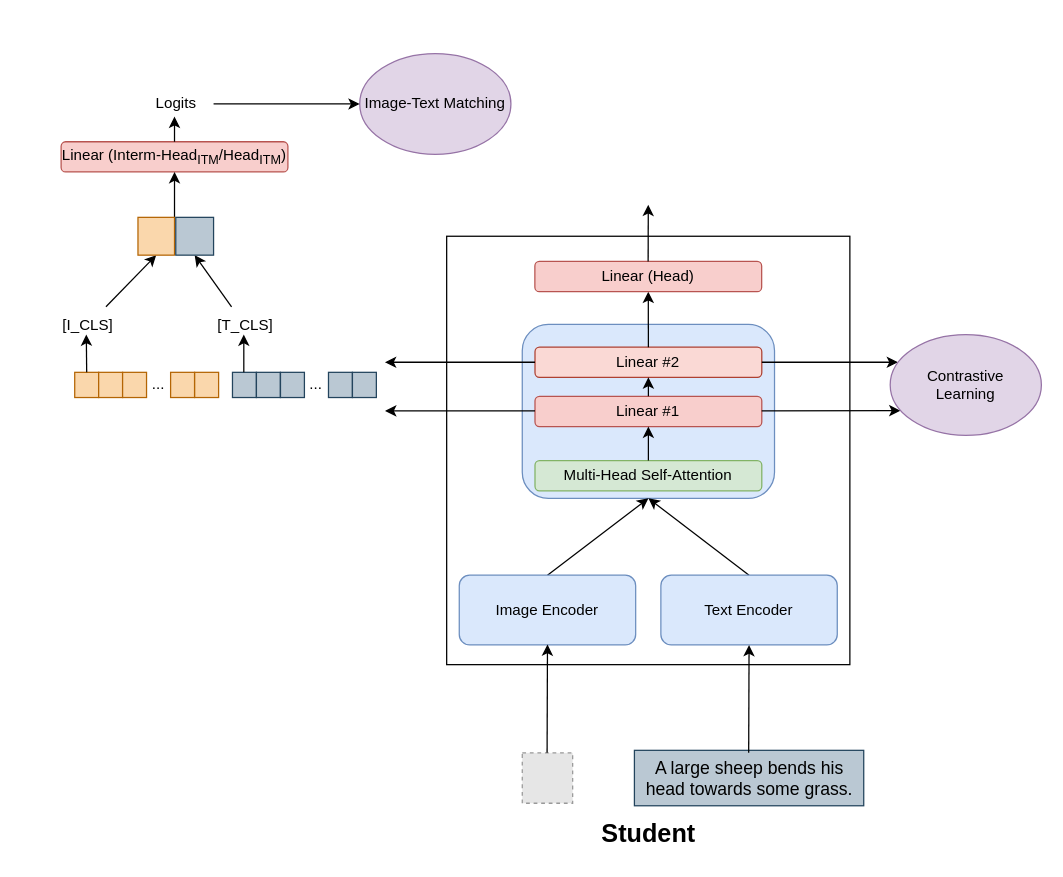
This is docs/thesis/figures/Sx3HRe_ITM.drawio from TimCares/MasterThesis, a draw.io file, before an edit. Source tidied: cells renumbered, new cells numbered last; positions are measured from the earlier drawing's top-left corner, leaving out a move shared by most shapes. Both pictures are drawn from the tidied source at 126%, with x=0, y=0 at pixel (49, 53). Pictures stored in the file or linked from it are replaced by grey dashed boxes.
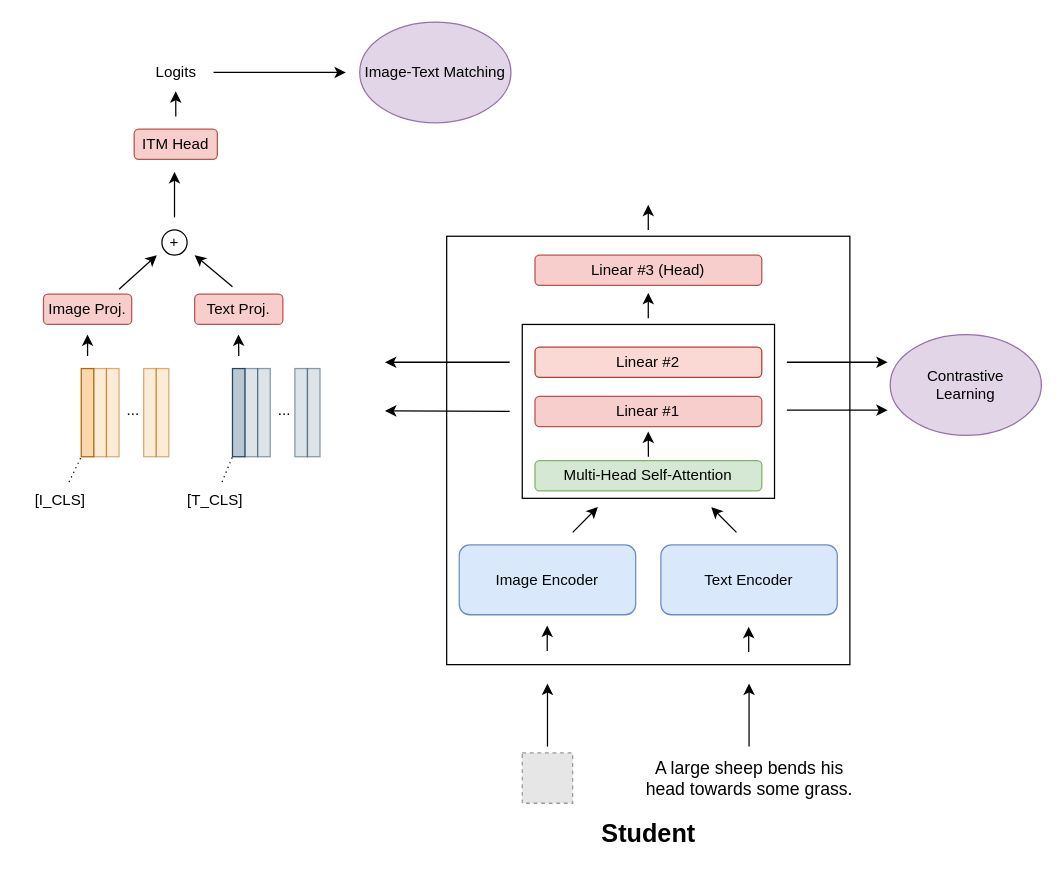
After the change.

The change refers to these unchanged cells:
```xml
<mxCell id="2" style="rounded=0;whiteSpace=wrap;html=1;" parent="1" vertex="1">
  <mxGeometry x="315" y="145" width="320" height="340" as="geometry" />
</mxCell>
<mxCell id="4" value="Multi-Head Self-Attention" style="rounded=1;whiteSpace=wrap;html=1;fillColor=#d5e8d4;strokeColor=#82b366;" parent="1" vertex="1">
  <mxGeometry x="385.1" y="323" width="180" height="24" as="geometry" />
</mxCell>
<mxCell id="5" value="Linear #1" style="rounded=1;whiteSpace=wrap;html=1;fillColor=#f8cecc;strokeColor=#b85450;" parent="1" vertex="1">
  <mxGeometry x="385.1" y="272" width="180" height="24" as="geometry" />
</mxCell>
<mxCell id="6" value="Linear #2" style="rounded=1;whiteSpace=wrap;html=1;fillColor=#fad9d5;strokeColor=#ae4132;strokeWidth=1;fillStyle=auto;" parent="1" vertex="1">
  <mxGeometry x="385.1" y="233" width="180" height="24" as="geometry" />
</mxCell>
<mxCell id="16" value="Contrastive&lt;div&gt;Learning&lt;/div&gt;" style="ellipse;whiteSpace=wrap;html=1;fillColor=#e1d5e7;strokeColor=#9673a6;" parent="1" vertex="1">
  <mxGeometry x="667" y="223" width="120" height="80" as="geometry" />
</mxCell>
```

Change to the diagram source:
```diff
@@
-    <mxCell id="3" style="rounded=1;whiteSpace=wrap;html=1;fillColor=#dae8fc;strokeColor=#6c8ebf;" parent="1" vertex="1">
+    <mxCell id="3" style="rounded=0;whiteSpace=wrap;html=1;fillColor=none;strokeColor=#000000;" parent="1" vertex="1">
       <mxGeometry x="375" y="215" width="200.2" height="138" as="geometry" />
     </mxCell>
@@
-    <mxCell id="7" style="endArrow=classic;html=1;rounded=0;entryX=0.5;entryY=1;entryDx=0;entryDy=0;exitX=0.5;exitY=0;exitDx=0;exitDy=0;" parent="1" edge="1" source="9" target="3">
-      <mxGeometry relative="1" as="geometry" />
+    <mxCell id="7" style="endArrow=classic;html=1;rounded=0;entryX=0.375;entryY=0.632;entryDx=0;entryDy=0;entryPerimeter=0;" parent="1" edge="1" target="2">
+      <mxGeometry relative="1" as="geometry">
+        <mxPoint x="415" y="380" as="sourcePoint" />
+      </mxGeometry>
     </mxCell>
-    <mxCell id="8" style="endArrow=classic;html=1;rounded=0;entryX=0.5;entryY=1;entryDx=0;entryDy=0;exitX=0.5;exitY=0;exitDx=0;exitDy=0;" parent="1" edge="1" source="10" target="3">
-      <mxGeometry relative="1" as="geometry" />
-    </mxCell>
     <mxCell id="9" value="Image Encoder" style="rounded=1;whiteSpace=wrap;html=1;fillColor=#dae8fc;strokeColor=#6c8ebf;" parent="1" vertex="1">
-      <mxGeometry x="325" y="414" width="140" height="55.4" as="geometry" />
+      <mxGeometry x="325" y="390" width="140" height="55.4" as="geometry" />
     </mxCell>
     <mxCell id="10" value="Text Encoder" style="rounded=1;whiteSpace=wrap;html=1;fillColor=#dae8fc;strokeColor=#6c8ebf;" parent="1" vertex="1">
-      <mxGeometry x="485" y="414" width="140" height="55.4" as="geometry" />
+      <mxGeometry x="485" y="390" width="140" height="55.4" as="geometry" />
     </mxCell>
-    <mxCell id="11" style="endArrow=classic;html=1;rounded=0;entryX=0.5;entryY=1;entryDx=0;entryDy=0;exitX=0.5;exitY=0;exitDx=0;exitDy=0;" parent="1" edge="1" source="5" target="6">
-      <mxGeometry relative="1" as="geometry" />
-    </mxCell>
-    <mxCell id="12" style="endArrow=classic;html=1;rounded=0;entryX=0.5;entryY=1;entryDx=0;entryDy=0;exitX=0.5;exitY=0;exitDx=0;exitDy=0;" parent="1" edge="1" source="4" target="5">
-      <mxGeometry relative="1" as="geometry" />
+    <mxCell id="12" style="endArrow=classic;html=1;rounded=0;exitX=0.5;exitY=0.761;exitDx=0;exitDy=0;exitPerimeter=0;" parent="1" edge="1" source="3">
+      <mxGeometry relative="1" as="geometry">
+        <mxPoint x="475" y="300" as="targetPoint" />
+      </mxGeometry>
     </mxCell>
-    <mxCell id="13" style="endArrow=classic;html=1;rounded=0;exitX=0.5;exitY=0;exitDx=0;exitDy=0;entryX=0.5;entryY=1;entryDx=0;entryDy=0;" parent="1" edge="1" source="6" target="40">
-      <mxGeometry relative="1" as="geometry" />
+    <mxCell id="13" style="endArrow=classic;html=1;rounded=0;" parent="1" edge="1">
+      <mxGeometry relative="1" as="geometry">
+        <mxPoint x="475" y="210" as="sourcePoint" />
+        <mxPoint x="475" y="190" as="targetPoint" />
+      </mxGeometry>
     </mxCell>
-    <mxCell id="14" style="endArrow=classic;html=1;rounded=0;exitX=1;exitY=0.5;exitDx=0;exitDy=0;entryX=0.052;entryY=0.275;entryDx=0;entryDy=0;entryPerimeter=0;" parent="1" edge="1" source="6" target="16">
-      <mxGeometry relative="1" as="geometry" />
+    <mxCell id="14" style="endArrow=classic;html=1;rounded=0;" parent="1" edge="1">
+      <mxGeometry relative="1" as="geometry">
+        <mxPoint x="585" y="245" as="sourcePoint" />
+        <mxPoint x="665" y="245" as="targetPoint" />
+      </mxGeometry>
     </mxCell>
-    <mxCell id="15" style="endArrow=classic;html=1;rounded=0;exitX=1;exitY=0.5;exitDx=0;exitDy=0;entryX=0.068;entryY=0.755;entryDx=0;entryDy=0;entryPerimeter=0;" parent="1" edge="1" target="16">
+    <mxCell id="15" style="endArrow=classic;html=1;rounded=0;" parent="1" edge="1">
       <mxGeometry relative="1" as="geometry">
-        <mxPoint x="565" y="283.5" as="sourcePoint" />
+        <mxPoint x="585" y="283" as="sourcePoint" />
+        <mxPoint x="665" y="283" as="targetPoint" />
       </mxGeometry>
     </mxCell>
@@
-    <mxCell id="17" value="&lt;font style=&quot;font-size: 14px;&quot;&gt;A large sheep bends his&lt;/font&gt;&lt;div style=&quot;font-size: 14px;&quot;&gt;&lt;div&gt;&lt;font style=&quot;font-size: 14px;&quot;&gt;head towards some grass.&lt;/font&gt;&lt;/div&gt;&lt;/div&gt;" style="text;html=1;align=center;verticalAlign=middle;strokeColor=#23445d;fillColor=#bac8d3;" parent="1" vertex="1">
+    <mxCell id="17" value="&lt;font style=&quot;font-size: 14px;&quot;&gt;A large sheep bends his&lt;/font&gt;&lt;div style=&quot;font-size: 14px;&quot;&gt;&lt;div&gt;&lt;font style=&quot;font-size: 14px;&quot;&gt;head towards some grass.&lt;/font&gt;&lt;/div&gt;&lt;/div&gt;" style="text;html=1;align=center;verticalAlign=middle;strokeColor=none;fillColor=none;" parent="1" vertex="1">
       <mxGeometry x="464" y="553" width="182" height="44" as="geometry" />
     </mxCell>
-    <mxCell id="18" style="endArrow=classic;html=1;rounded=0;entryX=0.5;entryY=1;entryDx=0;entryDy=0;" parent="1" edge="1" target="10">
+    <mxCell id="18" style="endArrow=classic;html=1;rounded=0;" parent="1" edge="1">
       <mxGeometry relative="1" as="geometry">
-        <mxPoint x="554.7" y="555" as="sourcePoint" />
+        <mxPoint x="555" y="550" as="sourcePoint" />
+        <mxPoint x="555" y="500" as="targetPoint" />
       </mxGeometry>
     </mxCell>
@@
-    <mxCell id="20" style="endArrow=classic;html=1;rounded=0;entryX=0.5;entryY=1;entryDx=0;entryDy=0;" parent="1" edge="1">
+    <mxCell id="20" style="endArrow=classic;html=1;rounded=0;" parent="1" edge="1">
       <mxGeometry relative="1" as="geometry">
-        <mxPoint x="394.7" y="555" as="sourcePoint" />
-        <mxPoint x="395" y="469" as="targetPoint" />
+        <mxPoint x="395" y="550" as="sourcePoint" />
+        <mxPoint x="395" y="500" as="targetPoint" />
       </mxGeometry>
     </mxCell>
@@
-    <mxCell id="22" style="group;" parent="1" vertex="1">
-      <mxGeometry x="15" y="253" width="119" height="20" as="geometry" />
-    </mxCell>
-    <mxCell id="23" style="rounded=0;whiteSpace=wrap;html=1;fillColor=#fad7ac;strokeColor=#b46504;fontSize=10;" parent="22" vertex="1">
-      <mxGeometry x="4.8" width="19" height="20" as="geometry" />
-    </mxCell>
-    <mxCell id="24" style="rounded=0;whiteSpace=wrap;html=1;fillColor=#fad7ac;strokeColor=#b46504;" parent="22" vertex="1">
-      <mxGeometry x="23.8" width="19" height="20" as="geometry" />
-    </mxCell>
-    <mxCell id="25" style="rounded=0;whiteSpace=wrap;html=1;fillColor=#fad7ac;strokeColor=#b46504;" parent="22" vertex="1">
-      <mxGeometry x="42.8" width="19" height="20" as="geometry" />
-    </mxCell>
-    <mxCell id="26" value="..." style="rounded=0;whiteSpace=wrap;html=1;fillColor=none;strokeColor=none;" parent="22" vertex="1">
-      <mxGeometry x="61.9" width="19" height="20" as="geometry" />
-    </mxCell>
-    <mxCell id="27" style="rounded=0;whiteSpace=wrap;html=1;fillColor=#fad7ac;strokeColor=#b46504;" parent="22" vertex="1">
-      <mxGeometry x="80.9" width="19" height="20" as="geometry" />
-    </mxCell>
-    <mxCell id="28" style="rounded=0;whiteSpace=wrap;html=1;fillColor=#fad7ac;strokeColor=#b46504;" parent="22" vertex="1">
-      <mxGeometry x="100" width="19" height="20" as="geometry" />
-    </mxCell>
-    <mxCell id="29" style="group;" parent="1" vertex="1">
-      <mxGeometry x="145" y="253" width="119" height="20" as="geometry" />
-    </mxCell>
-    <mxCell id="30" style="rounded=0;whiteSpace=wrap;html=1;fillColor=#bac8d3;strokeColor=#23445d;fontSize=10;" parent="29" vertex="1">
-      <mxGeometry width="19" height="20" as="geometry" />
-    </mxCell>
-    <mxCell id="31" style="rounded=0;whiteSpace=wrap;html=1;fillColor=#bac8d3;strokeColor=#23445d;" parent="29" vertex="1">
-      <mxGeometry x="19" width="19" height="20" as="geometry" />
-    </mxCell>
-    <mxCell id="32" style="rounded=0;whiteSpace=wrap;html=1;fillColor=#bac8d3;strokeColor=#23445d;" parent="29" vertex="1">
-      <mxGeometry x="38.1" width="19" height="20" as="geometry" />
-    </mxCell>
-    <mxCell id="33" value="..." style="rounded=0;whiteSpace=wrap;html=1;fillColor=none;strokeColor=none;" parent="29" vertex="1">
-      <mxGeometry x="57.1" width="19" height="20" as="geometry" />
-    </mxCell>
-    <mxCell id="34" style="rounded=0;whiteSpace=wrap;html=1;fillColor=#bac8d3;strokeColor=#23445d;" parent="29" vertex="1">
-      <mxGeometry x="76.2" width="19" height="20" as="geometry" />
-    </mxCell>
-    <mxCell id="35" style="rounded=0;whiteSpace=wrap;html=1;fillColor=#bac8d3;strokeColor=#23445d;" parent="29" vertex="1">
-      <mxGeometry x="95.2" width="19" height="20" as="geometry" />
-    </mxCell>
-    <mxCell id="36" style="endArrow=classic;html=1;rounded=0;exitX=0.5;exitY=0;exitDx=0;exitDy=0;" parent="1" edge="1" source="23">
+    <mxCell id="36" style="endArrow=classic;html=1;rounded=0;" parent="1" edge="1">
       <mxGeometry relative="1" as="geometry">
-        <mxPoint x="29" y="223" as="targetPoint" />
+        <mxPoint x="30" y="240" as="sourcePoint" />
+        <mxPoint x="30" y="223" as="targetPoint" />
       </mxGeometry>
     </mxCell>
-    <mxCell id="37" value="[I_CLS]" style="text;html=1;align=center;verticalAlign=middle;points=[];strokeColor=none;fillColor=none;" parent="1" vertex="1">
-      <mxGeometry y="201" width="60" height="30" as="geometry" />
-    </mxCell>
-    <mxCell id="38" style="endArrow=classic;html=1;rounded=0;exitX=0.5;exitY=0;exitDx=0;exitDy=0;" parent="1" edge="1">
+    <mxCell id="38" style="endArrow=classic;html=1;rounded=0;" parent="1" edge="1">
       <mxGeometry relative="1" as="geometry">
-        <mxPoint x="154" y="253" as="sourcePoint" />
-        <mxPoint x="154" y="223" as="targetPoint" />
+        <mxPoint x="150" y="240" as="sourcePoint" />
+        <mxPoint x="149.8" y="223" as="targetPoint" />
       </mxGeometry>
     </mxCell>
-    <mxCell id="39" value="[T_CLS]" style="text;html=1;align=center;verticalAlign=middle;points=[];strokeColor=none;fillColor=none;" parent="1" vertex="1">
-      <mxGeometry x="120" y="201" width="70" height="30" as="geometry" />
-    </mxCell>
-    <mxCell id="40" value="Linear (Head)" style="rounded=1;whiteSpace=wrap;html=1;fillColor=#f8cecc;strokeColor=#b85450;" parent="1" vertex="1">
-      <mxGeometry x="385" y="165" width="180" height="24" as="geometry" />
+    <mxCell id="40" value="Linear #3 (Head)" style="rounded=1;whiteSpace=wrap;html=1;fillColor=#f8cecc;strokeColor=#b85450;" parent="1" vertex="1">
+      <mxGeometry x="385.1" y="160" width="180" height="24" as="geometry" />
     </mxCell>
-    <mxCell id="41" style="endArrow=classic;html=1;rounded=0;exitX=0.5;exitY=0;exitDx=0;exitDy=0;" parent="1" edge="1">
+    <mxCell id="41" style="endArrow=classic;html=1;rounded=0;" parent="1" edge="1">
       <mxGeometry relative="1" as="geometry">
-        <mxPoint x="474.9" y="165" as="sourcePoint" />
+        <mxPoint x="475" y="140" as="sourcePoint" />
         <mxPoint x="475" y="120" as="targetPoint" />
       </mxGeometry>
     </mxCell>
-    <mxCell id="42" style="endArrow=classic;html=1;rounded=0;exitX=0;exitY=0.5;exitDx=0;exitDy=0;" parent="1" edge="1" source="6">
+    <mxCell id="42" style="endArrow=classic;html=1;rounded=0;" parent="1" edge="1">
       <mxGeometry relative="1" as="geometry">
+        <mxPoint x="365" y="245" as="sourcePoint" />
         <mxPoint x="266" y="245" as="targetPoint" />
       </mxGeometry>
     </mxCell>
-    <mxCell id="43" style="endArrow=classic;html=1;rounded=0;exitX=0;exitY=0.5;exitDx=0;exitDy=0;" parent="1" edge="1">
+    <mxCell id="43" style="endArrow=classic;html=1;rounded=0;" parent="1" edge="1">
       <mxGeometry relative="1" as="geometry">
-        <mxPoint x="385.1" y="283.6" as="sourcePoint" />
+        <mxPoint x="365" y="284" as="sourcePoint" />
         <mxPoint x="266.1" y="283.6" as="targetPoint" />
       </mxGeometry>
     </mxCell>
-    <mxCell id="44" style="endArrow=classic;html=1;rounded=0;entryX=0.5;entryY=1;entryDx=0;entryDy=0;" parent="1" edge="1" source="37" target="49">
-      <mxGeometry relative="1" as="geometry" />
-    </mxCell>
-    <mxCell id="45" style="endArrow=classic;html=1;rounded=0;entryX=0.5;entryY=1;entryDx=0;entryDy=0;" parent="1" edge="1" source="39" target="50">
-      <mxGeometry relative="1" as="geometry" />
+    <mxCell id="45" style="endArrow=classic;html=1;rounded=0;" parent="1" edge="1">
+      <mxGeometry relative="1" as="geometry">
+        <mxPoint x="145" y="185" as="sourcePoint" />
+        <mxPoint x="115" y="160" as="targetPoint" />
+      </mxGeometry>
     </mxCell>
-    <mxCell id="46" value="Linear (Interm-Head&lt;sub&gt;ITM&lt;/sub&gt;/Head&lt;sub&gt;ITM&lt;/sub&gt;)" style="rounded=1;whiteSpace=wrap;html=1;fillColor=#f8cecc;strokeColor=#b85450;" parent="1" vertex="1">
-      <mxGeometry x="9" y="70" width="180" height="24" as="geometry" />
+    <mxCell id="46" value="ITM Head" style="rounded=1;whiteSpace=wrap;html=1;fillColor=#f8cecc;strokeColor=#b85450;" parent="1" vertex="1">
+      <mxGeometry x="67" y="60" width="66" height="24" as="geometry" />
     </mxCell>
-    <mxCell id="47" style="endArrow=classic;html=1;rounded=0;entryX=0.5;entryY=1;entryDx=0;entryDy=0;exitX=1;exitY=0;exitDx=0;exitDy=0;" parent="1" edge="1">
+    <mxCell id="47" style="endArrow=classic;html=1;rounded=0;entryX=0.5;entryY=1;entryDx=0;entryDy=0;" parent="1" edge="1">
       <mxGeometry relative="1" as="geometry">
         <mxPoint x="99" y="130" as="sourcePoint" />
         <mxPoint x="99" y="94" as="targetPoint" />
       </mxGeometry>
     </mxCell>
-    <mxCell id="48" style="group;" parent="1" vertex="1">
-      <mxGeometry x="70" y="130" width="59" height="30" as="geometry" />
-    </mxCell>
-    <mxCell id="49" style="rounded=0;whiteSpace=wrap;html=1;fillColor=#fad7ac;strokeColor=#b46504;" parent="48" vertex="1">
-      <mxGeometry width="29" height="30" as="geometry" />
-    </mxCell>
-    <mxCell id="50" style="rounded=0;whiteSpace=wrap;html=1;fillColor=#bac8d3;strokeColor=#23445d;fontSize=10;" parent="48" vertex="1">
-      <mxGeometry x="30" width="30" height="30" as="geometry" />
-    </mxCell>
     <mxCell id="51" value="Image-Text Matching" style="ellipse;whiteSpace=wrap;html=1;fillColor=#e1d5e7;strokeColor=#9673a6;" parent="1" vertex="1">
-      <mxGeometry x="246" width="120" height="80" as="geometry" />
+      <mxGeometry x="246" y="-25" width="120" height="80" as="geometry" />
     </mxCell>
-    <mxCell id="52" style="endArrow=classic;html=1;rounded=0;exitX=0.5;exitY=0;exitDx=0;exitDy=0;" parent="1" edge="1" source="46">
+    <mxCell id="52" style="endArrow=classic;html=1;rounded=0;" parent="1" edge="1" target="53">
       <mxGeometry relative="1" as="geometry">
-        <mxPoint x="99" y="50" as="targetPoint" />
+        <mxPoint x="100" y="50" as="sourcePoint" />
       </mxGeometry>
     </mxCell>
     <mxCell id="53" value="Logits" style="text;html=1;align=center;verticalAlign=middle;points=[];strokeColor=none;fillColor=none;" parent="1" vertex="1">
-      <mxGeometry x="70" y="25" width="60" height="30" as="geometry" />
+      <mxGeometry x="70" width="60" height="30" as="geometry" />
     </mxCell>
-    <mxCell id="54" style="endArrow=classic;html=1;rounded=0;entryX=0;entryY=0.5;entryDx=0;entryDy=0;" parent="1" edge="1" source="53" target="51">
-      <mxGeometry relative="1" as="geometry" />
+    <mxCell id="54" style="endArrow=classic;html=1;rounded=0;" parent="1" edge="1" source="53">
+      <mxGeometry relative="1" as="geometry">
+        <mxPoint x="235" y="15" as="targetPoint" />
+      </mxGeometry>
     </mxCell>
+    <mxCell id="55" style="group;" parent="1" vertex="1">
+      <mxGeometry x="25" y="250" width="70.5" height="70" as="geometry" />
+    </mxCell>
+    <mxCell id="56" style="rounded=0;whiteSpace=wrap;html=1;fillColor=#fad7ac;strokeColor=#b46504;direction=south;" parent="55" vertex="1">
+      <mxGeometry width="10" height="70" as="geometry" />
+    </mxCell>
+    <mxCell id="57" style="rounded=0;whiteSpace=wrap;html=1;fillColor=#fad7ac;strokeColor=#b46504;direction=south;opacity=50;" parent="55" vertex="1">
+      <mxGeometry x="10" width="10" height="70" as="geometry" />
+    </mxCell>
+    <mxCell id="58" style="rounded=0;whiteSpace=wrap;html=1;fillColor=#fad7ac;strokeColor=#b46504;direction=south;opacity=50;" parent="55" vertex="1">
+      <mxGeometry x="20" width="10" height="70" as="geometry" />
+    </mxCell>
+    <mxCell id="59" style="rounded=0;whiteSpace=wrap;html=1;fillColor=#fad7ac;strokeColor=#b46504;direction=south;opacity=50;" parent="55" vertex="1">
+      <mxGeometry x="49.5" width="10" height="70" as="geometry" />
+    </mxCell>
+    <mxCell id="60" style="rounded=0;whiteSpace=wrap;html=1;fillColor=#fad7ac;strokeColor=#b46504;direction=south;opacity=50;" parent="55" vertex="1">
+      <mxGeometry x="59.5" width="10" height="70" as="geometry" />
+    </mxCell>
+    <mxCell id="61" value="..." style="rounded=0;whiteSpace=wrap;html=1;fillColor=none;strokeColor=none;" parent="55" vertex="1">
+      <mxGeometry x="31.5" y="23" width="19" height="20" as="geometry" />
+    </mxCell>
+    <mxCell id="62" style="group;" parent="1" vertex="1">
+      <mxGeometry x="145" y="250" width="70.5" height="70" as="geometry" />
+    </mxCell>
+    <mxCell id="63" style="rounded=0;whiteSpace=wrap;html=1;fillColor=#bac8d3;strokeColor=#23445d;direction=south;" parent="62" vertex="1">
+      <mxGeometry width="10" height="70" as="geometry" />
+    </mxCell>
+    <mxCell id="64" style="rounded=0;whiteSpace=wrap;html=1;fillColor=#bac8d3;strokeColor=#23445d;direction=south;opacity=50;" parent="62" vertex="1">
+      <mxGeometry x="10" width="10" height="70" as="geometry" />
+    </mxCell>
+    <mxCell id="65" style="rounded=0;whiteSpace=wrap;html=1;fillColor=#bac8d3;strokeColor=#23445d;direction=south;opacity=50;" parent="62" vertex="1">
+      <mxGeometry x="20" width="10" height="70" as="geometry" />
+    </mxCell>
+    <mxCell id="66" style="rounded=0;whiteSpace=wrap;html=1;fillColor=#bac8d3;strokeColor=#23445d;direction=south;opacity=50;" parent="62" vertex="1">
+      <mxGeometry x="49.5" width="10" height="70" as="geometry" />
+    </mxCell>
+    <mxCell id="67" style="rounded=0;whiteSpace=wrap;html=1;fillColor=#bac8d3;strokeColor=#23445d;direction=south;opacity=50;" parent="62" vertex="1">
+      <mxGeometry x="59.5" width="10" height="70" as="geometry" />
+    </mxCell>
+    <mxCell id="68" value="..." style="rounded=0;whiteSpace=wrap;html=1;fillColor=none;strokeColor=none;" parent="62" vertex="1">
+      <mxGeometry x="31.5" y="23" width="19" height="20" as="geometry" />
+    </mxCell>
+    <mxCell id="39" value="[T_CLS]" style="text;html=1;align=center;verticalAlign=middle;points=[];strokeColor=none;fillColor=none;" parent="1" vertex="1">
+      <mxGeometry x="95.5" y="340" width="70" height="30" as="geometry" />
+    </mxCell>
+    <mxCell id="37" value="[I_CLS]" style="text;html=1;align=center;verticalAlign=middle;points=[];strokeColor=none;fillColor=none;" parent="1" vertex="1">
+      <mxGeometry x="-22" y="340" width="60" height="30" as="geometry" />
+    </mxCell>
+    <mxCell id="69" style="endArrow=none;dashed=1;html=1;dashPattern=1 3;strokeWidth=1;rounded=0;entryX=1;entryY=1;entryDx=0;entryDy=0;" parent="1" edge="1" source="37" target="56">
+      <mxGeometry relative="1" as="geometry" />
+    </mxCell>
+    <mxCell id="70" style="endArrow=none;dashed=1;html=1;dashPattern=1 3;strokeWidth=1;rounded=0;" parent="1" edge="1" source="39" target="63">
+      <mxGeometry relative="1" as="geometry">
+        <Array as="points">
+          <mxPoint x="145" y="320" />
+        </Array>
+      </mxGeometry>
+    </mxCell>
+    <mxCell id="71" value="Image Proj." style="rounded=1;whiteSpace=wrap;html=1;fillColor=#f8cecc;strokeColor=#b85450;" parent="1" vertex="1">
+      <mxGeometry x="-5" y="191" width="70" height="24" as="geometry" />
+    </mxCell>
+    <mxCell id="72" value="Text Proj." style="rounded=1;whiteSpace=wrap;html=1;fillColor=#f8cecc;strokeColor=#b85450;" parent="1" vertex="1">
+      <mxGeometry x="115" y="191" width="70" height="24" as="geometry" />
+    </mxCell>
+    <mxCell id="73" style="endArrow=classic;html=1;rounded=0;" parent="1" edge="1">
+      <mxGeometry relative="1" as="geometry">
+        <mxPoint x="55" y="187" as="sourcePoint" />
+        <mxPoint x="85" y="160" as="targetPoint" />
+      </mxGeometry>
+    </mxCell>
+    <mxCell id="74" value="+" style="ellipse;whiteSpace=wrap;html=1;" parent="1" vertex="1">
+      <mxGeometry x="89" y="140" width="20" height="20" as="geometry" />
+    </mxCell>
+    <mxCell id="75" style="endArrow=classic;html=1;rounded=0;exitX=0.25;exitY=0.956;exitDx=0;exitDy=0;exitPerimeter=0;entryX=0.25;entryY=0.897;entryDx=0;entryDy=0;entryPerimeter=0;" parent="1" edge="1">
+      <mxGeometry relative="1" as="geometry">
+        <mxPoint x="394.8" y="474.1" as="sourcePoint" />
+        <mxPoint x="394.8" y="454" as="targetPoint" />
+      </mxGeometry>
+    </mxCell>
+    <mxCell id="76" style="endArrow=classic;html=1;rounded=0;exitX=0.25;exitY=0.956;exitDx=0;exitDy=0;exitPerimeter=0;entryX=0.25;entryY=0.897;entryDx=0;entryDy=0;entryPerimeter=0;" parent="1" edge="1">
+      <mxGeometry relative="1" as="geometry">
+        <mxPoint x="554.7" y="475" as="sourcePoint" />
+        <mxPoint x="554.7" y="455" as="targetPoint" />
+      </mxGeometry>
+    </mxCell>
+    <mxCell id="77" style="endArrow=classic;html=1;rounded=0;entryX=0.375;entryY=0.632;entryDx=0;entryDy=0;entryPerimeter=0;" parent="1" edge="1">
+      <mxGeometry relative="1" as="geometry">
+        <mxPoint x="545" y="380" as="sourcePoint" />
+        <mxPoint x="525" y="360" as="targetPoint" />
+      </mxGeometry>
+    </mxCell>
```
